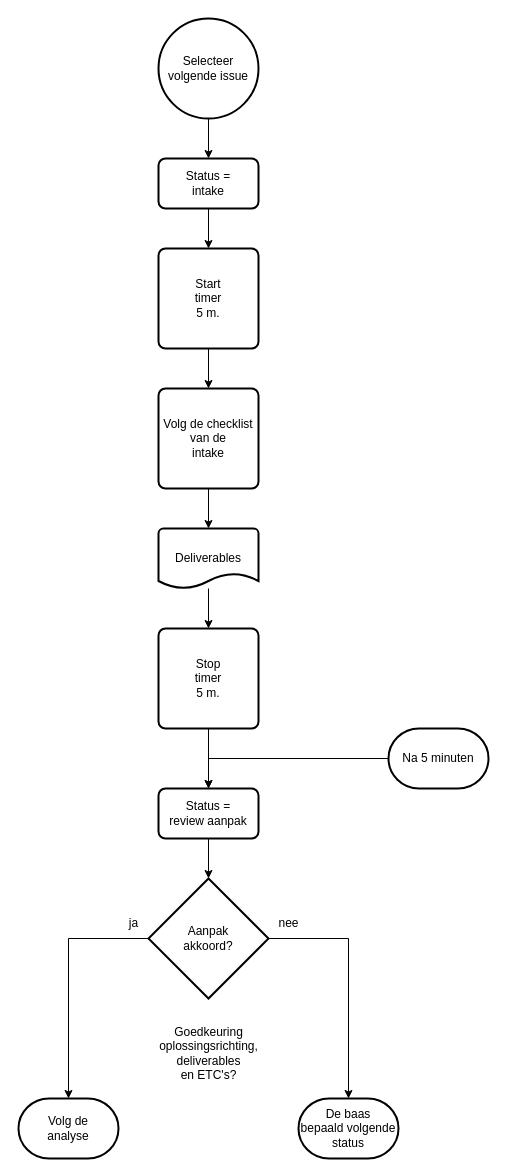
Before: 1 Issue Tracker intake.drawio in Zaibatsu89/IssueTracker, a draw.io diagram. Source tidied: cells renumbered, new cells numbered last; positions are measured from the earlier drawing's top-left corner, leaving out a move shared by most shapes. Both pictures are drawn from the tidied source at 100%, with x=0, y=0 at pixel (18, 18).
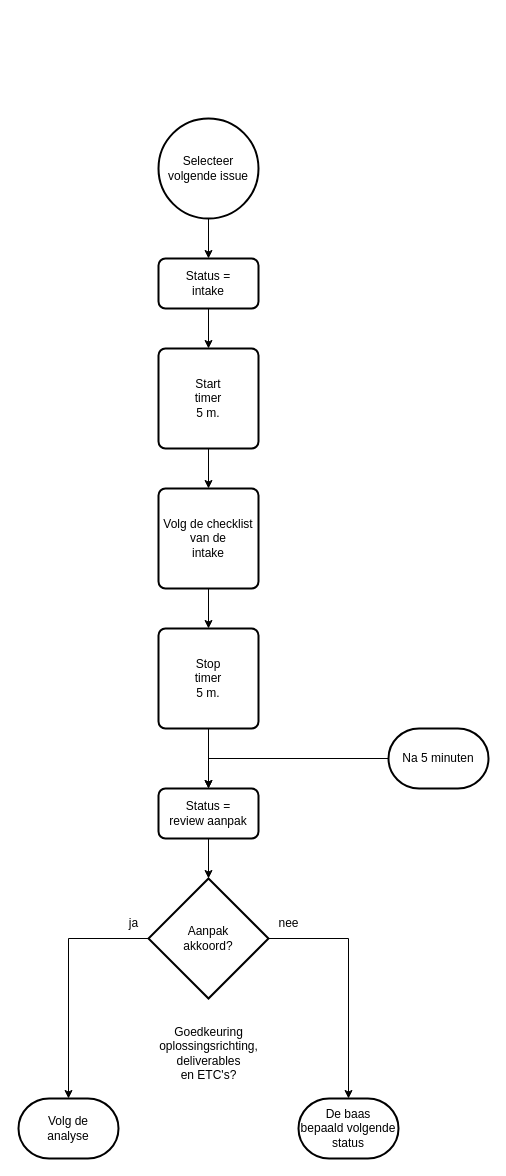
Above is the later version.

Commit message (it also covers changes not shown here):
"Deliverables" past niet in flowchart

The change refers to these unchanged cells:
```xml
<mxCell id="10" value="Stop&lt;br&gt;timer&lt;br&gt;5 m." style="rounded=1;whiteSpace=wrap;html=1;absoluteArcSize=1;arcSize=14;strokeWidth=2;" parent="1" vertex="1">
  <mxGeometry x="140" y="610" width="100" height="100" as="geometry" />
</mxCell>
```

What changed in the source:
```diff
@@
     <mxCell id="3" value="Selecteer&lt;br&gt;volgende issue" style="strokeWidth=2;html=1;shape=mxgraph.flowchart.start_2;whiteSpace=wrap;" parent="1" vertex="1">
-      <mxGeometry x="140" width="100" height="100" as="geometry" />
+      <mxGeometry x="140" y="100" width="100" height="100" as="geometry" />
     </mxCell>
-    <mxCell id="4" style="edgeStyle=orthogonalEdgeStyle;rounded=0;jettySize=auto;html=1;" parent="1" edge="1" source="5" target="25">
-      <mxGeometry relative="1" as="geometry" />
-    </mxCell>
+    <mxCell id="26" style="edgeStyle=orthogonalEdgeStyle;rounded=0;jettySize=auto;html=1;" parent="1" edge="1" source="5" target="10">
+      <mxGeometry relative="1" as="geometry" />
+    </mxCell>
     <mxCell id="5" value="Volg de checklist&lt;br&gt;van de&lt;br&gt;intake" style="rounded=1;whiteSpace=wrap;html=1;absoluteArcSize=1;arcSize=14;strokeWidth=2;" parent="1" vertex="1">
-      <mxGeometry x="140" y="370" width="100" height="100" as="geometry" />
+      <mxGeometry x="140" y="470" width="100" height="100" as="geometry" />
     </mxCell>
@@
     <mxCell id="8" value="Start&lt;br&gt;timer&lt;br&gt;5 m." style="rounded=1;whiteSpace=wrap;html=1;absoluteArcSize=1;arcSize=14;strokeWidth=2;" parent="1" vertex="1">
-      <mxGeometry x="140" y="230" width="100" height="100" as="geometry" />
+      <mxGeometry x="140" y="330" width="100" height="100" as="geometry" />
     </mxCell>
@@
     <mxCell id="21" value="Status =&lt;br&gt;intake" style="rounded=1;whiteSpace=wrap;html=1;absoluteArcSize=1;arcSize=14;strokeWidth=2;" parent="1" vertex="1">
-      <mxGeometry x="140" y="140" width="100" height="50" as="geometry" />
+      <mxGeometry x="140" y="240" width="100" height="50" as="geometry" />
     </mxCell>
@@
-    <mxCell id="24" style="edgeStyle=orthogonalEdgeStyle;rounded=0;jettySize=auto;html=1;" parent="1" edge="1" source="25" target="10">
-      <mxGeometry relative="1" as="geometry" />
-    </mxCell>
-    <mxCell id="25" value="Deliverables" style="strokeWidth=2;html=1;shape=mxgraph.flowchart.document2;whiteSpace=wrap;size=0.25;" parent="1" vertex="1">
-      <mxGeometry x="140" y="510" width="100" height="60" as="geometry" />
-    </mxCell>
```
